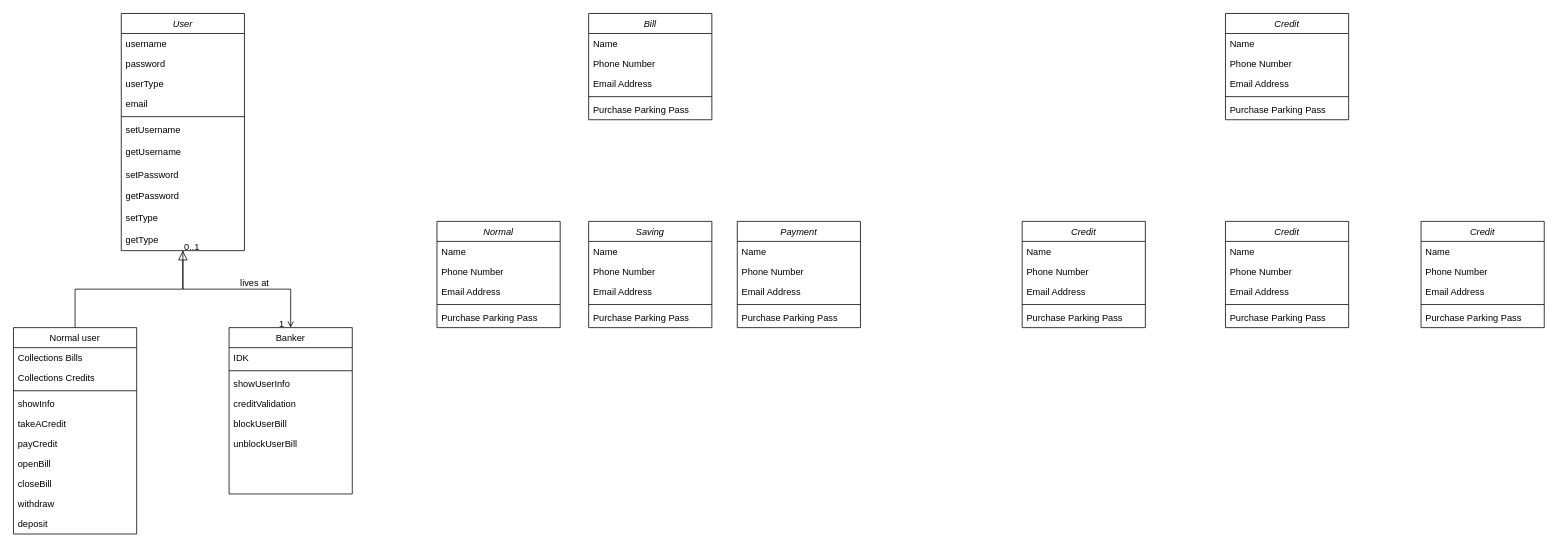
Above: BasicBankSoftwareDiagram.drawio in Nasko14/BasicBankSoftware (draw.io), before the change. Source tidied: cells renumbered, new cells numbered last; positions are measured from the earlier drawing's top-left corner, leaving out a move shared by most shapes. Both pictures are drawn from the tidied source at 77%, with x=0, y=0 at pixel (13, 13).
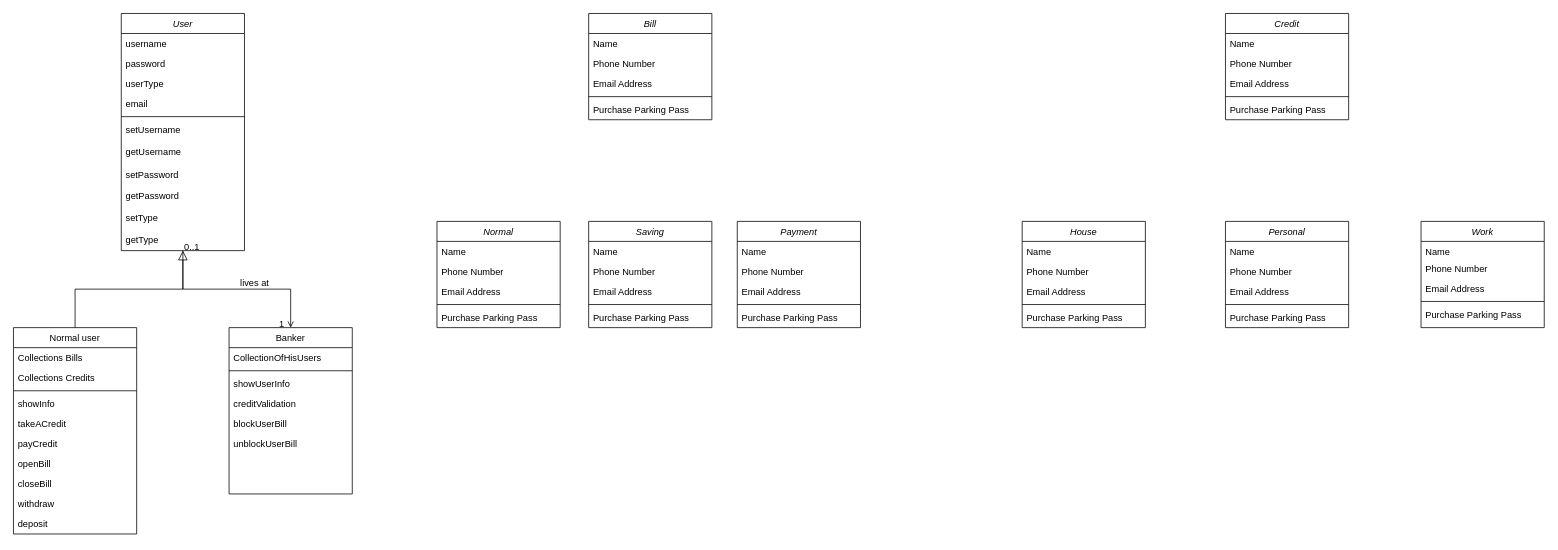
The same diagram, later.

The change refers to these unchanged cells:
```xml
<mxCell id="26" value="Banker" style="swimlane;fontStyle=0;align=center;verticalAlign=top;horizontal=1;startSize=26;rounded=0;shadow=0;strokeWidth=1;" parent="1" vertex="1">
  <mxGeometry x="280" y="408" width="160" height="216" as="geometry" />
</mxCell>
```

Change to the diagram source:
```diff
@@
-    <mxCell id="27" value="IDK" style="text;align=left;verticalAlign=top;spacingLeft=4;spacingRight=4;overflow=hidden;" parent="26" vertex="1">
+    <mxCell id="27" value="CollectionOfHisUsers" style="text;align=left;verticalAlign=top;spacingLeft=4;spacingRight=4;overflow=hidden;" parent="26" vertex="1">
       <mxGeometry y="26" width="160" height="26" as="geometry" />
     </mxCell>
@@
-    <mxCell id="67" value="Credit&#10;" style="swimlane;fontStyle=2;align=center;verticalAlign=top;horizontal=1;startSize=26;rounded=0;shadow=0;strokeWidth=1;" parent="1" vertex="1">
+    <mxCell id="67" value="House" style="swimlane;fontStyle=2;align=center;verticalAlign=top;horizontal=1;startSize=26;rounded=0;shadow=0;strokeWidth=1;" parent="1" vertex="1">
       <mxGeometry x="1310" y="270" width="160" height="138" as="geometry" />
     </mxCell>
@@
-    <mxCell id="73" value="Credit&#10;" style="swimlane;fontStyle=2;align=center;verticalAlign=top;horizontal=1;startSize=26;rounded=0;shadow=0;strokeWidth=1;" parent="1" vertex="1">
+    <mxCell id="73" value="Personal" style="swimlane;fontStyle=2;align=center;verticalAlign=top;horizontal=1;startSize=26;rounded=0;shadow=0;strokeWidth=1;" parent="1" vertex="1">
       <mxGeometry x="1574" y="270" width="160" height="138" as="geometry" />
     </mxCell>
@@
-    <mxCell id="79" value="Credit&#10;" style="swimlane;fontStyle=2;align=center;verticalAlign=top;horizontal=1;startSize=26;rounded=0;shadow=0;strokeWidth=1;" parent="1" vertex="1">
+    <mxCell id="79" value="Work" style="swimlane;fontStyle=2;align=center;verticalAlign=top;horizontal=1;startSize=26;rounded=0;shadow=0;strokeWidth=1;" parent="1" vertex="1">
       <mxGeometry x="1828" y="270" width="160" height="138" as="geometry" />
     </mxCell>
     <mxCell id="80" value="Name" style="text;align=left;verticalAlign=top;spacingLeft=4;spacingRight=4;overflow=hidden;" parent="79" vertex="1">
-      <mxGeometry y="26" width="160" height="26" as="geometry" />
+      <mxGeometry y="26" width="160" height="22" as="geometry" />
     </mxCell>
     <mxCell id="81" value="Phone Number" style="text;align=left;verticalAlign=top;spacingLeft=4;spacingRight=4;overflow=hidden;rounded=0;shadow=0;html=0;" parent="79" vertex="1">
-      <mxGeometry y="52" width="160" height="26" as="geometry" />
+      <mxGeometry y="48" width="160" height="26" as="geometry" />
     </mxCell>
     <mxCell id="82" value="Email Address" style="text;align=left;verticalAlign=top;spacingLeft=4;spacingRight=4;overflow=hidden;rounded=0;shadow=0;html=0;" parent="79" vertex="1">
-      <mxGeometry y="78" width="160" height="26" as="geometry" />
+      <mxGeometry y="74" width="160" height="26" as="geometry" />
     </mxCell>
     <mxCell id="83" style="line;html=1;strokeWidth=1;align=left;verticalAlign=middle;spacingTop=-1;spacingLeft=3;spacingRight=3;labelPosition=right;" parent="79" vertex="1">
-      <mxGeometry y="104" width="160" height="8" as="geometry" />
+      <mxGeometry y="100" width="160" height="8" as="geometry" />
     </mxCell>
     <mxCell id="84" value="Purchase Parking Pass" style="text;align=left;verticalAlign=top;spacingLeft=4;spacingRight=4;overflow=hidden;" parent="79" vertex="1">
-      <mxGeometry y="112" width="160" height="26" as="geometry" />
+      <mxGeometry y="108" width="160" height="26" as="geometry" />
     </mxCell>
```
